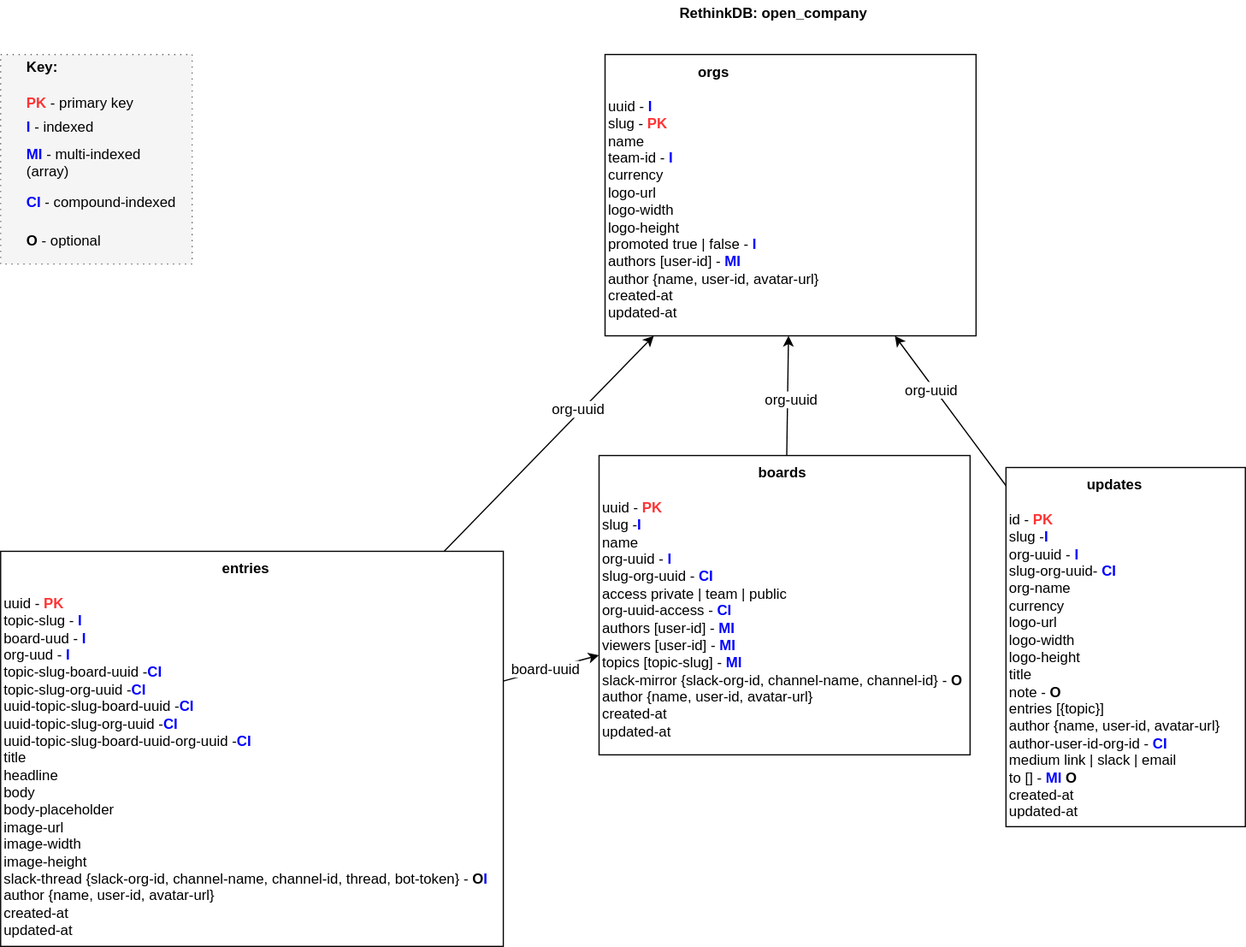
This is docs/Storage-Schema.svg from open-company/open-company-storage, a draw.io export, as it was before one commit. Source tidied: cells renumbered, new cells last; positions are measured from the earlier drawing's top-left corner, leaving out a move shared by most shapes.
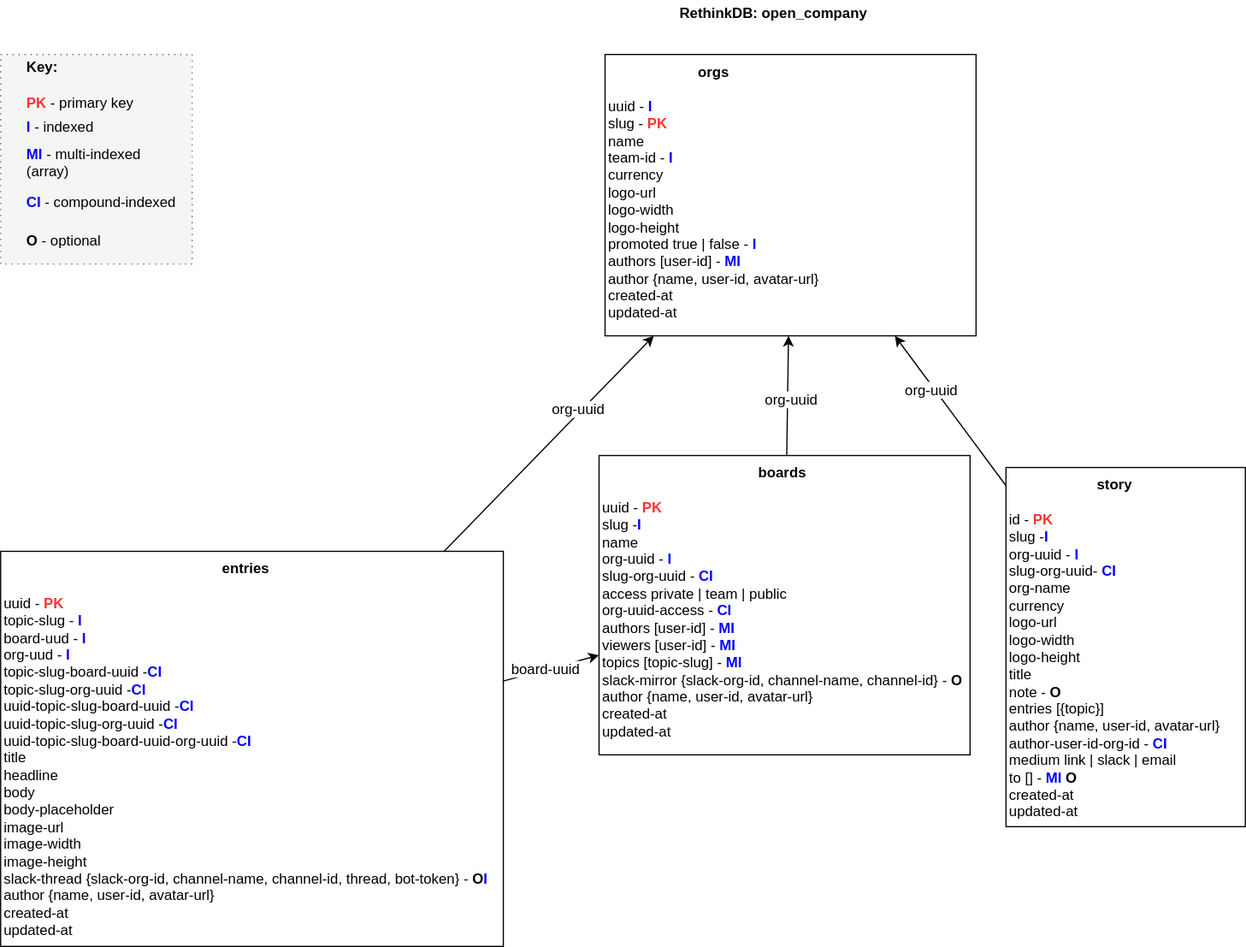
Above is the later version.

Change to the diagram source:
```diff
@@ -17,7 +17,7 @@
     <mxCell id="6" value="org-uuid" style="text;html=1;align=center;verticalAlign=middle;labelBackgroundColor=#ffffff;fontSize=12;fontColor=#000000;" parent="5" vertex="1">
       <mxGeometry x="-0.04" y="-3" relative="1" as="geometry" />
     </mxCell>
-    <mxCell id="7" value="&lt;div style=&quot;text-align: center&quot;&gt;&lt;div&gt;&lt;font color=&quot;#000000&quot;&gt;&lt;b&gt;updates&lt;/b&gt;&lt;/font&gt;&lt;/div&gt;&lt;div&gt;&lt;font color=&quot;#000000&quot;&gt;&lt;br&gt;&lt;/font&gt;&lt;/div&gt;&lt;div style=&quot;text-align: left&quot;&gt;&lt;font color=&quot;#000000&quot;&gt;id -&amp;nbsp;&lt;/font&gt;&lt;font color=&quot;#ff3333&quot;&gt;&lt;b&gt;PK&lt;/b&gt;&lt;/font&gt;&lt;br&gt;&lt;/div&gt;&lt;div style=&quot;text-align: left&quot;&gt;slug -&lt;b&gt;&lt;font color=&quot;#0000ff&quot;&gt;I&lt;/font&gt;&lt;/b&gt;&lt;/div&gt;&lt;div style=&quot;text-align: left&quot;&gt;&lt;span&gt;org-uuid&lt;/span&gt;&lt;font color=&quot;#000000&quot;&gt;&amp;nbsp;-&amp;nbsp;&lt;/font&gt;&lt;font color=&quot;#0000ff&quot;&gt;&lt;b&gt;I&lt;/b&gt;&lt;/font&gt;&lt;br&gt;&lt;/div&gt;&lt;div style=&quot;text-align: left&quot;&gt;&lt;span&gt;slug-org-uuid&lt;/span&gt;&lt;font color=&quot;#000000&quot;&gt;-&amp;nbsp;&lt;/font&gt;&lt;font color=&quot;#0000ff&quot;&gt;&lt;b&gt;CI&lt;/b&gt;&lt;/font&gt;&lt;/div&gt;&lt;div style=&quot;text-align: left&quot;&gt;org-name&lt;/div&gt;&lt;div style=&quot;text-align: left&quot;&gt;currency&lt;/div&gt;&lt;div style=&quot;text-align: left&quot;&gt;logo-url&lt;/div&gt;&lt;div style=&quot;text-align: left&quot;&gt;logo-width&lt;/div&gt;&lt;div style=&quot;text-align: left&quot;&gt;logo-height&lt;/div&gt;&lt;div style=&quot;text-align: left&quot;&gt;title&lt;/div&gt;&lt;div style=&quot;text-align: left&quot;&gt;note&amp;nbsp;&lt;font color=&quot;#000000&quot;&gt;-&amp;nbsp;&lt;/font&gt;&lt;b&gt;O&lt;/b&gt;&lt;/div&gt;&lt;div style=&quot;text-align: left&quot;&gt;entries [{topic}]&lt;/div&gt;&lt;div style=&quot;text-align: left&quot;&gt;&lt;span&gt;author {name, user-id, avatar-url}&lt;/span&gt;&lt;br&gt;&lt;/div&gt;&lt;div style=&quot;text-align: left&quot;&gt;author-user-id-org-id - &lt;b&gt;&lt;font color=&quot;#0000ff&quot;&gt;CI&lt;/font&gt;&lt;/b&gt;&lt;/div&gt;&lt;div style=&quot;text-align: left&quot;&gt;medium link | slack | email&lt;/div&gt;&lt;div style=&quot;text-align: left&quot;&gt;to []&amp;nbsp;&lt;font color=&quot;#000000&quot;&gt;-&amp;nbsp;&lt;/font&gt;&lt;b&gt;&lt;font color=&quot;#0000ff&quot;&gt;MI &lt;/font&gt;O&lt;/b&gt;&lt;/div&gt;&lt;div style=&quot;text-align: left&quot;&gt;&lt;span&gt;created-at&lt;/span&gt;&lt;br&gt;&lt;/div&gt;&lt;div style=&quot;text-align: left&quot;&gt;&lt;font color=&quot;#000000&quot;&gt;updated-at&lt;/font&gt;&lt;/div&gt;&lt;/div&gt;" style="whiteSpace=wrap;html=1;fontSize=12;fontColor=#000000;align=left;verticalAlign=top;" parent="1" vertex="1">
+    <mxCell id="7" value="&lt;div style=&quot;text-align: center&quot;&gt;&lt;div&gt;&lt;font color=&quot;#000000&quot;&gt;&lt;b&gt;story&lt;/b&gt;&lt;/font&gt;&lt;/div&gt;&lt;div&gt;&lt;font color=&quot;#000000&quot;&gt;&lt;br&gt;&lt;/font&gt;&lt;/div&gt;&lt;div style=&quot;text-align: left&quot;&gt;&lt;font color=&quot;#000000&quot;&gt;id -&amp;nbsp;&lt;/font&gt;&lt;font color=&quot;#ff3333&quot;&gt;&lt;b&gt;PK&lt;/b&gt;&lt;/font&gt;&lt;br&gt;&lt;/div&gt;&lt;div style=&quot;text-align: left&quot;&gt;slug -&lt;b&gt;&lt;font color=&quot;#0000ff&quot;&gt;I&lt;/font&gt;&lt;/b&gt;&lt;/div&gt;&lt;div style=&quot;text-align: left&quot;&gt;&lt;span&gt;org-uuid&lt;/span&gt;&lt;font color=&quot;#000000&quot;&gt;&amp;nbsp;-&amp;nbsp;&lt;/font&gt;&lt;font color=&quot;#0000ff&quot;&gt;&lt;b&gt;I&lt;/b&gt;&lt;/font&gt;&lt;br&gt;&lt;/div&gt;&lt;div style=&quot;text-align: left&quot;&gt;&lt;span&gt;slug-org-uuid&lt;/span&gt;&lt;font color=&quot;#000000&quot;&gt;-&amp;nbsp;&lt;/font&gt;&lt;font color=&quot;#0000ff&quot;&gt;&lt;b&gt;CI&lt;/b&gt;&lt;/font&gt;&lt;/div&gt;&lt;div style=&quot;text-align: left&quot;&gt;org-name&lt;/div&gt;&lt;div style=&quot;text-align: left&quot;&gt;currency&lt;/div&gt;&lt;div style=&quot;text-align: left&quot;&gt;logo-url&lt;/div&gt;&lt;div style=&quot;text-align: left&quot;&gt;logo-width&lt;/div&gt;&lt;div style=&quot;text-align: left&quot;&gt;logo-height&lt;/div&gt;&lt;div style=&quot;text-align: left&quot;&gt;title&lt;/div&gt;&lt;div style=&quot;text-align: left&quot;&gt;note&amp;nbsp;&lt;font color=&quot;#000000&quot;&gt;-&amp;nbsp;&lt;/font&gt;&lt;b&gt;O&lt;/b&gt;&lt;/div&gt;&lt;div style=&quot;text-align: left&quot;&gt;entries [{topic}]&lt;/div&gt;&lt;div style=&quot;text-align: left&quot;&gt;&lt;span&gt;author {name, user-id, avatar-url}&lt;/span&gt;&lt;br&gt;&lt;/div&gt;&lt;div style=&quot;text-align: left&quot;&gt;author-user-id-org-id - &lt;b&gt;&lt;font color=&quot;#0000ff&quot;&gt;CI&lt;/font&gt;&lt;/b&gt;&lt;/div&gt;&lt;div style=&quot;text-align: left&quot;&gt;medium link | slack | email&lt;/div&gt;&lt;div style=&quot;text-align: left&quot;&gt;to []&amp;nbsp;&lt;font color=&quot;#000000&quot;&gt;-&amp;nbsp;&lt;/font&gt;&lt;b&gt;&lt;font color=&quot;#0000ff&quot;&gt;MI &lt;/font&gt;O&lt;/b&gt;&lt;/div&gt;&lt;div style=&quot;text-align: left&quot;&gt;&lt;span&gt;created-at&lt;/span&gt;&lt;br&gt;&lt;/div&gt;&lt;div style=&quot;text-align: left&quot;&gt;&lt;font color=&quot;#000000&quot;&gt;updated-at&lt;/font&gt;&lt;/div&gt;&lt;/div&gt;" style="whiteSpace=wrap;html=1;fontSize=12;fontColor=#000000;align=left;verticalAlign=top;" parent="1" vertex="1">
       <mxGeometry x="840" y="390" width="200" height="300" as="geometry" />
     </mxCell>
     <mxCell id="8" value="&lt;b&gt;Key:&lt;/b&gt;" style="text;html=1;strokeColor=none;fillColor=none;align=left;verticalAlign=middle;whiteSpace=wrap;" parent="1" vertex="1">
```
